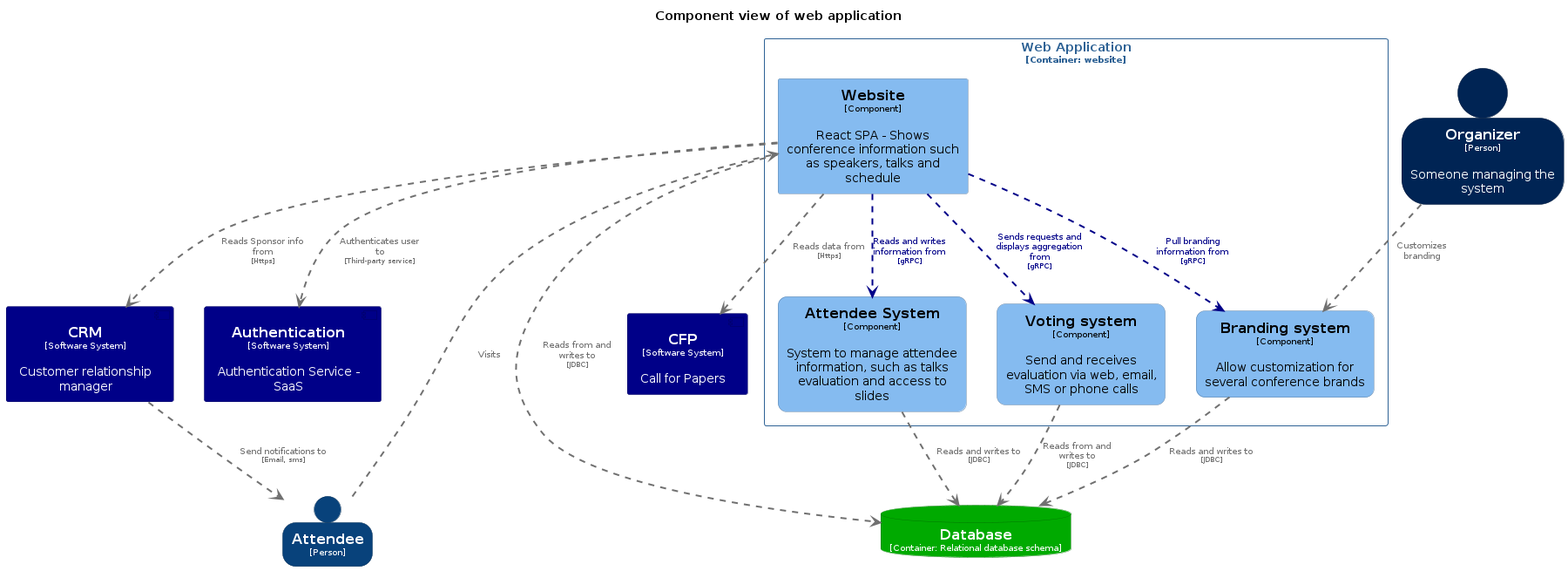
This is workspace/images/structurizr-Component-002.png from anyulled/gsas-live-stream-workshop, a PlantUML export, as it was before one commit.
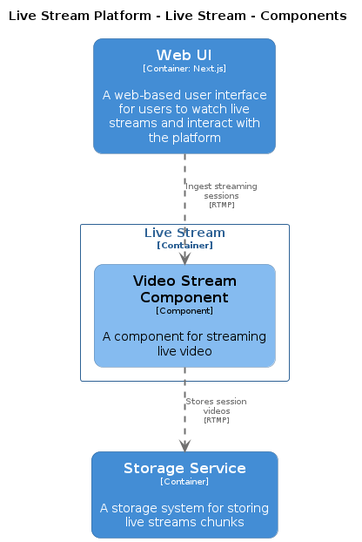
After the change.

Diff of the diagram source:
```diff
@@ -1,8 +1,10 @@
 @startuml
 set separator none
-title Component view of web application
+title Live Stream Platform - Live Stream - Components
 
 top to bottom direction
+skinparam ranksep 60
+skinparam nodesep 30
 
 skinparam {
   arrowFontSize 10
@@ -13,100 +15,40 @@
 
 hide stereotype
 
-skinparam person<<Attendee>> {
-  BackgroundColor #08427b
+skinparam rectangle<<LiveStreamPlatform.StorageService>> {
+  BackgroundColor #438dd5
   FontColor #ffffff
-  BorderColor #052e56
+  BorderColor #2e6295
+  roundCorner 20
   shadowing false
 }
-skinparam rectangle<<ConferenceSystem.WebApplication.AttendeeSystem>> {
+skinparam rectangle<<LiveStreamPlatform.LiveStream.VideoStreamComponent>> {
   BackgroundColor #85bbf0
   FontColor #000000
   BorderColor #5d82a8
   roundCorner 20
   shadowing false
 }
-skinparam component<<Authentication>> {
-  BackgroundColor #000088
+skinparam rectangle<<LiveStreamPlatform.WebUI>> {
+  BackgroundColor #438dd5
   FontColor #ffffff
-  BorderColor #00005f
-  shadowing false
-}
-skinparam rectangle<<ConferenceSystem.WebApplication.Brandingsystem>> {
-  BackgroundColor #85bbf0
-  FontColor #000000
-  BorderColor #5d82a8
+  BorderColor #2e6295
   roundCorner 20
   shadowing false
 }
-skinparam component<<CFP>> {
-  BackgroundColor #000088
-  FontColor #ffffff
-  BorderColor #00005f
-  shadowing false
-}
-skinparam component<<CRM>> {
-  BackgroundColor #000088
-  FontColor #ffffff
-  BorderColor #00005f
-  shadowing false
-}
-skinparam database<<ConferenceSystem.Database>> {
-  BackgroundColor #00aa00
-  FontColor #ffffff
-  BorderColor #007600
-  shadowing false
-}
-skinparam person<<Organizer>> {
-  BackgroundColor #002454
-  FontColor #ffffff
-  BorderColor #00193a
-  shadowing false
-}
-skinparam rectangle<<ConferenceSystem.WebApplication.Votingsystem>> {
-  BackgroundColor #85bbf0
-  FontColor #000000
-  BorderColor #5d82a8
-  roundCorner 20
-  shadowing false
-}
-skinparam rectangle<<ConferenceSystem.WebApplication.Website>> {
-  BackgroundColor #85bbf0
-  FontColor #000000
-  BorderColor #5d82a8
-  shadowing false
-}
-skinparam rectangle<<ConferenceSystem.WebApplication>> {
+skinparam rectangle<<LiveStreamPlatform.LiveStream>> {
   BorderColor #2e6295
   FontColor #2e6295
   shadowing false
 }
 
-person "==Attendee\n<size:10>[Person]</size>" <<Attendee>> as Attendee
-component "==CFP\n<size:10>[Software System]</size>\n\nCall for Papers" <<CFP>> as CFP
-component "==CRM\n<size:10>[Software System]</size>\n\nCustomer relationship manager" <<CRM>> as CRM
-person "==Organizer\n<size:10>[Person]</size>\n\nSomeone managing the system" <<Organizer>> as Organizer
-component "==Authentication\n<size:10>[Software System]</size>\n\nAuthentication Service - SaaS" <<Authentication>> as Authentication
-database "==Database\n<size:10>[Container: Relational database schema]</size>" <<ConferenceSystem.Database>> as ConferenceSystem.Database
+rectangle "==Web UI\n<size:10>[Container: Next.js]</size>\n\nA web-based user interface for users to watch live streams and interact with the platform" <<LiveStreamPlatform.WebUI>> as LiveStreamPlatform.WebUI
+rectangle "==Storage Service\n<size:10>[Container]</size>\n\nA storage system for storing live streams chunks" <<LiveStreamPlatform.StorageService>> as LiveStreamPlatform.StorageService
 
-rectangle "Web Application\n<size:10>[Container: website]</size>" <<ConferenceSystem.WebApplication>> {
-  rectangle "==Branding system\n<size:10>[Component]</size>\n\nAllow customization for several conference brands" <<ConferenceSystem.WebApplication.Brandingsystem>> as ConferenceSystem.WebApplication.Brandingsystem
-  rectangle "==Website\n<size:10>[Component]</size>\n\nReact SPA - Shows conference information such as speakers, talks and schedule" <<ConferenceSystem.WebApplication.Website>> as ConferenceSystem.WebApplication.Website
-  rectangle "==Attendee System\n<size:10>[Component]</size>\n\nSystem to manage attendee information, such as talks evaluation and access to slides" <<ConferenceSystem.WebApplication.AttendeeSystem>> as ConferenceSystem.WebApplication.AttendeeSystem
-  rectangle "==Voting system\n<size:10>[Component]</size>\n\nSend and receives evaluation via web, email, SMS or phone calls" <<ConferenceSystem.WebApplication.Votingsystem>> as ConferenceSystem.WebApplication.Votingsystem
+rectangle "Live Stream\n<size:10>[Container]</size>" <<LiveStreamPlatform.LiveStream>> {
+  rectangle "==Video Stream Component\n<size:10>[Component]</size>\n\nA component for streaming live video" <<LiveStreamPlatform.LiveStream.VideoStreamComponent>> as LiveStreamPlatform.LiveStream.VideoStreamComponent
 }
 
-ConferenceSystem.WebApplication.Website .[#000088,thickness=2].> ConferenceSystem.WebApplication.Brandingsystem : "<color:#000088>Pull branding information from\n<color:#000088><size:8>[gRPC]</size>"
-ConferenceSystem.WebApplication.Website .[#000088,thickness=2].> ConferenceSystem.WebApplication.AttendeeSystem : "<color:#000088>Reads and writes information from\n<color:#000088><size:8>[gRPC]</size>"
-ConferenceSystem.WebApplication.Website .[#000088,thickness=2].> ConferenceSystem.WebApplication.Votingsystem : "<color:#000088>Sends requests and displays aggregation from\n<color:#000088><size:8>[gRPC]</size>"
-Attendee .[#707070,thickness=2].> ConferenceSystem.WebApplication.Website : "<color:#707070>Visits"
-Organizer .[#707070,thickness=2].> ConferenceSystem.WebApplication.Brandingsystem : "<color:#707070>Customizes branding"
-ConferenceSystem.WebApplication.Website .[#707070,thickness=2].> ConferenceSystem.Database : "<color:#707070>Reads from and writes to\n<color:#707070><size:8>[JDBC]</size>"
-ConferenceSystem.WebApplication.Brandingsystem .[#707070,thickness=2].> ConferenceSystem.Database : "<color:#707070>Reads and writes to\n<color:#707070><size:8>[JDBC]</size>"
-ConferenceSystem.WebApplication.AttendeeSystem .[#707070,thickness=2].> ConferenceSystem.Database : "<color:#707070>Reads and writes to\n<color:#707070><size:8>[JDBC]</size>"
-ConferenceSystem.WebApplication.Votingsystem .[#707070,thickness=2].> ConferenceSystem.Database : "<color:#707070>Reads from and writes to\n<color:#707070><size:8>[JDBC]</size>"
-ConferenceSystem.WebApplication.Website .[#707070,thickness=2].> Authentication : "<color:#707070>Authenticates user to\n<color:#707070><size:8>[Third-party service]</size>"
-ConferenceSystem.WebApplication.Website .[#707070,thickness=2].> CFP : "<color:#707070>Reads data from\n<color:#707070><size:8>[Https]</size>"
-CRM .[#707070,thickness=2].> Attendee : "<color:#707070>Send notifications to\n<color:#707070><size:8>[Email, sms]</size>"
-ConferenceSystem.WebApplication.Website .[#707070,thickness=2].> CRM : "<color:#707070>Reads Sponsor info from\n<color:#707070><size:8>[Https]</size>"
+LiveStreamPlatform.WebUI .[#707070,thickness=2].> LiveStreamPlatform.LiveStream.VideoStreamComponent : "<color:#707070>Ingest streaming sessions\n<color:#707070><size:8>[RTMP]</size>"
+LiveStreamPlatform.LiveStream.VideoStreamComponent .[#707070,thickness=2].> LiveStreamPlatform.StorageService : "<color:#707070>Stores session videos\n<color:#707070><size:8>[RTMP]</size>"
 @enduml
```
